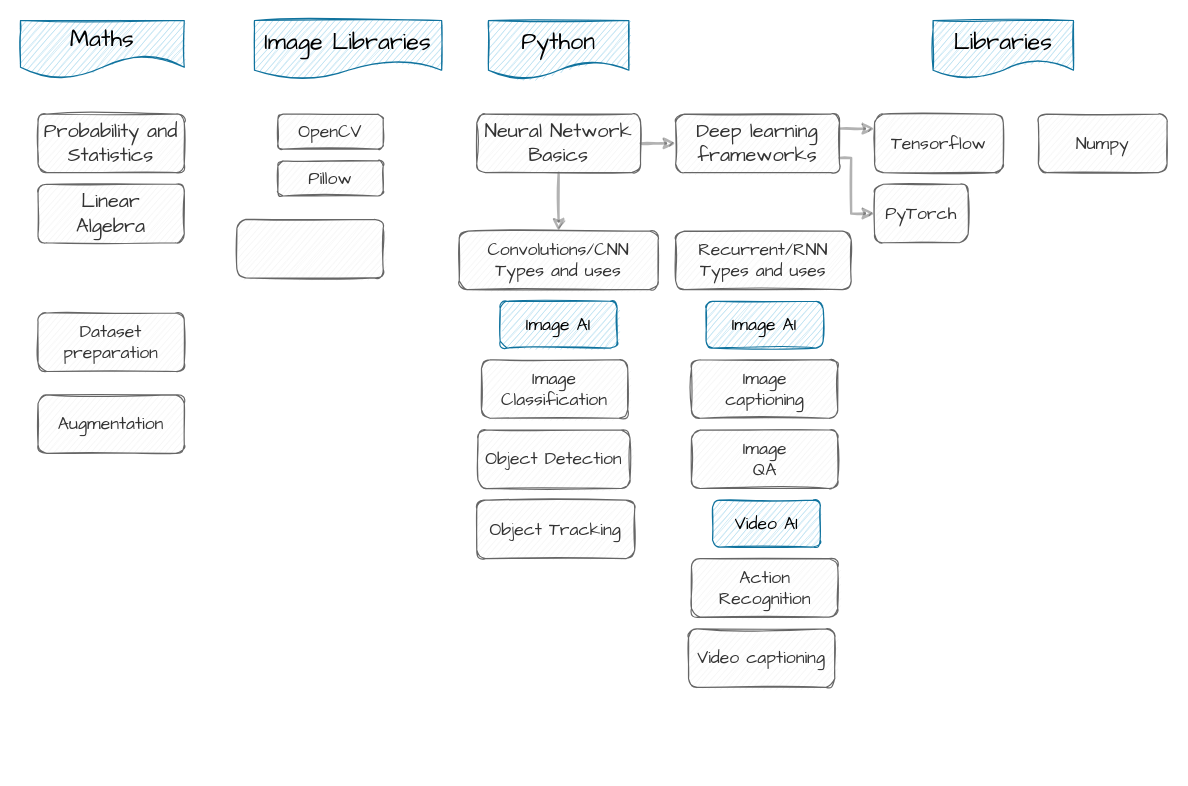
This is Learning Path/CV.drawio from revanthprolearner/TheRealmofAI, a draw.io file, before an edit. Source tidied: cells renumbered, new cells numbered last; positions are measured from the earlier drawing's top-left corner, leaving out a move shared by most shapes. Both pictures are drawn from the tidied source at 117%, with x=0, y=0 at pixel (20, 20).
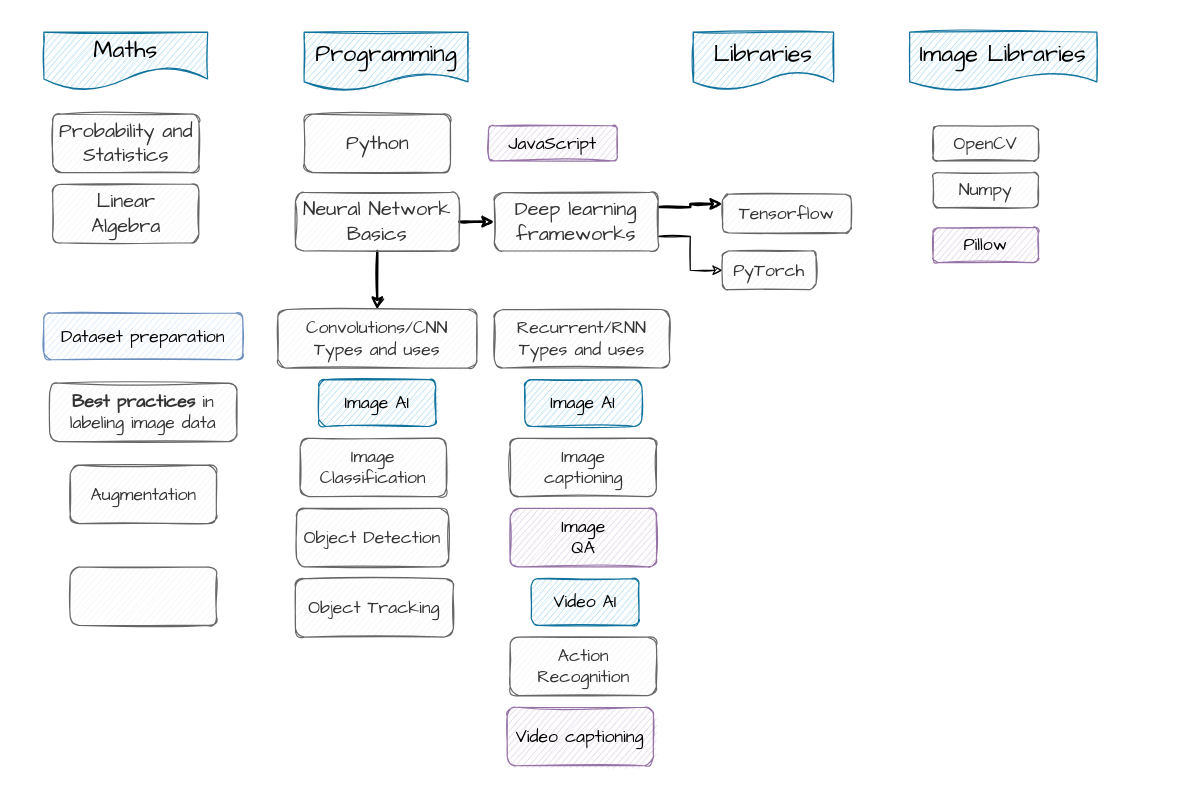
The same page after the edit.

Change to the diagram source:
```diff
@@
     <mxCell id="2" value="&lt;font style=&quot;font-size: 17px&quot;&gt;Probability and Statistics&lt;/font&gt;" style="rounded=1;whiteSpace=wrap;html=1;fillColor=#f5f5f5;strokeColor=#666666;gradientDirection=east;shadow=0;sketch=1;glass=0;fontFamily=Architects Daughter;FType=g;fontColor=#333333;" parent="1" vertex="1">
-      <mxGeometry x="15" y="80" width="125" height="50" as="geometry" />
+      <mxGeometry x="27.5" y="80" width="125" height="50" as="geometry" />
     </mxCell>
     <mxCell id="3" value="&lt;font face=&quot;Architects Daughter&quot; style=&quot;font-size: 20px;&quot;&gt;Maths&lt;/font&gt;" style="shape=document;whiteSpace=wrap;html=1;boundedLbl=1;rounded=1;shadow=0;glass=0;sketch=1;fontFamily=Helvetica;fontSize=20;fillColor=#b1ddf0;strokeColor=#10739e;size=0.4;" parent="1" vertex="1">
-      <mxGeometry width="140" height="50" as="geometry" />
+      <mxGeometry x="20" y="10" width="140" height="50" as="geometry" />
     </mxCell>
-    <mxCell id="4" value="&lt;font face=&quot;Architects Daughter&quot; style=&quot;font-size: 20px&quot;&gt;Python&lt;/font&gt;" style="shape=document;whiteSpace=wrap;html=1;boundedLbl=1;rounded=1;shadow=0;glass=0;sketch=1;fontFamily=Helvetica;fillColor=#b1ddf0;strokeColor=#10739e;fontSize=20;" parent="1" vertex="1">
-      <mxGeometry x="400" width="120" height="50" as="geometry" />
+    <mxCell id="4" value="&lt;font face=&quot;Architects Daughter&quot;&gt;Programming&lt;/font&gt;" style="shape=document;whiteSpace=wrap;html=1;boundedLbl=1;rounded=1;shadow=0;glass=0;sketch=1;fontFamily=Helvetica;fillColor=#b1ddf0;strokeColor=#10739e;fontSize=20;" parent="1" vertex="1">
+      <mxGeometry x="242.5" y="10" width="140" height="50" as="geometry" />
     </mxCell>
     <mxCell id="5" value="&lt;font style=&quot;font-size: 17px&quot;&gt;Linear &lt;br&gt;Algebra&lt;/font&gt;" style="rounded=1;whiteSpace=wrap;html=1;fillColor=#f5f5f5;strokeColor=#666666;gradientDirection=east;shadow=0;sketch=1;glass=0;fontFamily=Architects Daughter;FType=g;fontColor=#333333;" parent="1" vertex="1">
-      <mxGeometry x="15" y="140" width="125" height="50" as="geometry" />
+      <mxGeometry x="27.5" y="140" width="125" height="50" as="geometry" />
     </mxCell>
-    <mxCell id="6" style="edgeStyle=orthogonalEdgeStyle;rounded=0;jettySize=auto;html=1;exitX=1;exitY=0.5;exitDx=0;exitDy=0;entryX=0;entryY=0.5;entryDx=0;entryDy=0;fontFamily=Helvetica;fontSize=15;strokeWidth=2;opacity=30;sketch=1;" parent="1" edge="1" source="8" target="11">
+    <mxCell id="6" style="edgeStyle=orthogonalEdgeStyle;rounded=0;jettySize=auto;html=1;exitX=1;exitY=0.5;exitDx=0;exitDy=0;entryX=0;entryY=0.5;entryDx=0;entryDy=0;fontFamily=Helvetica;fontSize=15;strokeWidth=2;sketch=1;" parent="1" edge="1" source="8" target="11">
       <mxGeometry relative="1" as="geometry" />
     </mxCell>
-    <mxCell id="7" style="edgeStyle=orthogonalEdgeStyle;rounded=0;sketch=1;jettySize=auto;html=1;exitX=0.5;exitY=1;exitDx=0;exitDy=0;entryX=0.5;entryY=0;entryDx=0;entryDy=0;strokeWidth=2;fontFamily=Helvetica;fontSize=15;opacity=30;" parent="1" edge="1" source="8" target="20">
+    <mxCell id="7" style="edgeStyle=orthogonalEdgeStyle;rounded=0;sketch=1;jettySize=auto;html=1;exitX=0.5;exitY=1;exitDx=0;exitDy=0;entryX=0.5;entryY=0;entryDx=0;entryDy=0;strokeWidth=2;fontFamily=Helvetica;fontSize=15;" parent="1" edge="1" source="8" target="20">
       <mxGeometry relative="1" as="geometry" />
     </mxCell>
     <mxCell id="8" value="&lt;font style=&quot;font-size: 17px&quot;&gt;Neural Network Basics&lt;/font&gt;" style="rounded=1;whiteSpace=wrap;html=1;fillColor=#f5f5f5;strokeColor=#666666;gradientDirection=east;shadow=0;sketch=1;glass=0;fontFamily=Architects Daughter;FType=g;fontColor=#333333;" parent="1" vertex="1">
-      <mxGeometry x="390" y="80" width="140" height="50" as="geometry" />
+      <mxGeometry x="235" y="147" width="140" height="50" as="geometry" />
     </mxCell>
-    <mxCell id="9" style="edgeStyle=orthogonalEdgeStyle;rounded=0;sketch=1;jettySize=auto;html=1;exitX=1;exitY=0.25;exitDx=0;exitDy=0;entryX=0;entryY=0.25;entryDx=0;entryDy=0;strokeWidth=2;fontFamily=Helvetica;fontSize=15;opacity=30;" parent="1" edge="1" source="11" target="14">
+    <mxCell id="9" style="edgeStyle=orthogonalEdgeStyle;rounded=0;sketch=1;jettySize=auto;html=1;exitX=1;exitY=0.25;exitDx=0;exitDy=0;entryX=0;entryY=0.25;entryDx=0;entryDy=0;strokeWidth=2;fontFamily=Helvetica;fontSize=15;" parent="1" edge="1" source="11" target="14">
       <mxGeometry relative="1" as="geometry" />
     </mxCell>
-    <mxCell id="10" style="edgeStyle=orthogonalEdgeStyle;rounded=0;sketch=1;jettySize=auto;html=1;exitX=1;exitY=0.75;exitDx=0;exitDy=0;entryX=0;entryY=0.5;entryDx=0;entryDy=0;strokeWidth=2;fontFamily=Helvetica;fontSize=15;opacity=30;" parent="1" edge="1" source="11" target="13">
-      <mxGeometry relative="1" as="geometry">
-        <Array as="points">
-          <mxPoint x="710" y="118" />
-          <mxPoint x="710" y="165" />
-        </Array>
-      </mxGeometry>
+    <mxCell id="10" style="edgeStyle=orthogonalEdgeStyle;rounded=0;jettySize=auto;html=1;exitX=1;exitY=0.75;exitDx=0;exitDy=0;entryX=0;entryY=0.5;entryDx=0;entryDy=0;fontSize=17;sketch=1;" parent="1" edge="1" source="11" target="13">
+      <mxGeometry relative="1" as="geometry" />
     </mxCell>
     <mxCell id="11" value="&lt;span style=&quot;font-size: 17px&quot;&gt;Deep learning frameworks&lt;/span&gt;" style="rounded=1;whiteSpace=wrap;html=1;fillColor=#f5f5f5;strokeColor=#666666;gradientDirection=east;shadow=0;sketch=1;glass=0;fontFamily=Architects Daughter;FType=g;fontColor=#333333;" parent="1" vertex="1">
-      <mxGeometry x="560" y="80" width="140" height="50" as="geometry" />
+      <mxGeometry x="405" y="147" width="140" height="50" as="geometry" />
     </mxCell>
-    <mxCell id="12" style="rounded=1;whiteSpace=wrap;html=1;fillColor=#f5f5f5;strokeColor=#666666;gradientDirection=east;shadow=0;sketch=1;glass=0;fontFamily=Architects Daughter;FType=g;fontColor=#333333;fontSize=15;" parent="1" vertex="1">
-      <mxGeometry x="185" y="170" width="125" height="50" as="geometry" />
+    <mxCell id="12" style="rounded=1;whiteSpace=wrap;html=1;fillColor=#f5f5f5;strokeColor=#666666;gradientDirection=east;shadow=0;sketch=1;glass=0;fontFamily=Architects Daughter;FType=g;fontColor=#333333;fontSize=17;" parent="1" vertex="1">
+      <mxGeometry x="42.5" y="467" width="125" height="50" as="geometry" />
     </mxCell>
     <mxCell id="13" value="&lt;font style=&quot;font-size: 15px;&quot;&gt;PyTorch&lt;/font&gt;" style="rounded=1;whiteSpace=wrap;html=1;fillColor=#f5f5f5;strokeColor=#666666;gradientDirection=east;shadow=0;sketch=1;glass=0;fontFamily=Architects Daughter;FType=g;fontColor=#333333;fontSize=15;" parent="1" vertex="1">
-      <mxGeometry x="730" y="140" width="80" height="50" as="geometry" />
+      <mxGeometry x="600" y="197" width="80" height="33" as="geometry" />
     </mxCell>
     <mxCell id="14" value="&lt;font style=&quot;font-size: 15px;&quot;&gt;Tensorflow&lt;/font&gt;" style="rounded=1;whiteSpace=wrap;html=1;fillColor=#f5f5f5;strokeColor=#666666;gradientDirection=east;shadow=0;sketch=1;glass=0;fontFamily=Architects Daughter;FType=g;fontColor=#333333;fontSize=15;" parent="1" vertex="1">
-      <mxGeometry x="730" y="80" width="110" height="50" as="geometry" />
+      <mxGeometry x="600" y="148.5" width="110" height="33" as="geometry" />
     </mxCell>
     <mxCell id="15" value="&lt;font face=&quot;Architects Daughter&quot; style=&quot;font-size: 20px&quot;&gt;Libraries&lt;/font&gt;" style="shape=document;whiteSpace=wrap;html=1;boundedLbl=1;rounded=1;shadow=0;glass=0;sketch=1;fontFamily=Helvetica;fillColor=#b1ddf0;strokeColor=#10739e;fontSize=20;" parent="1" vertex="1">
-      <mxGeometry x="780" width="120" height="50" as="geometry" />
+      <mxGeometry x="575" y="10" width="120" height="50" as="geometry" />
     </mxCell>
     <mxCell id="16" value="Numpy" style="rounded=1;whiteSpace=wrap;html=1;fillColor=#f5f5f5;strokeColor=#666666;gradientDirection=east;shadow=0;sketch=1;glass=0;fontFamily=Architects Daughter;FType=g;fontColor=#333333;fontSize=15;" parent="1" vertex="1">
-      <mxGeometry x="870" y="80" width="110" height="50" as="geometry" />
+      <mxGeometry x="780" y="130" width="90" height="30" as="geometry" />
     </mxCell>
     <mxCell id="17" value="OpenCV" style="rounded=1;whiteSpace=wrap;html=1;fillColor=#f5f5f5;strokeColor=#666666;gradientDirection=east;shadow=0;sketch=1;glass=0;fontFamily=Architects Daughter;FType=g;fontColor=#333333;fontSize=15;" parent="1" vertex="1">
-      <mxGeometry x="220" y="80" width="90" height="30" as="geometry" />
+      <mxGeometry x="780" y="90" width="90" height="30" as="geometry" />
     </mxCell>
     <mxCell id="18" value="&lt;font face=&quot;Architects Daughter&quot; style=&quot;font-size: 20px&quot;&gt;Image Libraries&lt;/font&gt;" style="shape=document;whiteSpace=wrap;html=1;boundedLbl=1;rounded=1;shadow=0;glass=0;sketch=1;fontFamily=Helvetica;fillColor=#b1ddf0;strokeColor=#10739e;fontSize=20;" parent="1" vertex="1">
-      <mxGeometry x="200" width="160" height="50" as="geometry" />
+      <mxGeometry x="760" y="10" width="160" height="50" as="geometry" />
     </mxCell>
-    <mxCell id="19" value="Pillow" style="rounded=1;whiteSpace=wrap;html=1;fillColor=#f5f5f5;strokeColor=#666666;gradientDirection=east;shadow=0;sketch=1;glass=0;fontFamily=Architects Daughter;FType=g;fontColor=#333333;fontSize=15;fontStyle=0;" parent="1" vertex="1">
-      <mxGeometry x="220" y="120" width="90" height="30" as="geometry" />
+    <mxCell id="19" value="Pillow" style="rounded=1;whiteSpace=wrap;html=1;fillColor=#e1d5e7;strokeColor=#9673a6;gradientDirection=east;shadow=0;sketch=1;glass=0;fontFamily=Architects Daughter;FType=g;fontSize=15;fontStyle=0;" parent="1" vertex="1">
+      <mxGeometry x="780" y="177" width="90" height="30" as="geometry" />
     </mxCell>
     <mxCell id="20" value="Convolutions/CNN&lt;br&gt;Types and uses" style="rounded=1;whiteSpace=wrap;html=1;fillColor=#f5f5f5;strokeColor=#666666;gradientDirection=east;shadow=0;sketch=1;glass=0;fontFamily=Architects Daughter;FType=g;fontColor=#333333;fontSize=15;" parent="1" vertex="1">
-      <mxGeometry x="375" y="180" width="170" height="50" as="geometry" />
+      <mxGeometry x="220" y="247" width="170" height="50" as="geometry" />
     </mxCell>
     <mxCell id="21" value="Image Classification" style="rounded=1;whiteSpace=wrap;html=1;fillColor=#f5f5f5;strokeColor=#666666;gradientDirection=east;shadow=0;sketch=1;glass=0;fontFamily=Architects Daughter;FType=g;fontColor=#333333;fontSize=15;" parent="1" vertex="1">
-      <mxGeometry x="394" y="290" width="125" height="50" as="geometry" />
+      <mxGeometry x="239" y="357" width="125" height="50" as="geometry" />
     </mxCell>
     <mxCell id="22" value="Object Detection" style="rounded=1;whiteSpace=wrap;html=1;fillColor=#f5f5f5;strokeColor=#666666;gradientDirection=east;shadow=0;sketch=1;glass=0;fontFamily=Architects Daughter;FType=g;fontColor=#333333;fontSize=15;" parent="1" vertex="1">
-      <mxGeometry x="391" y="350" width="130" height="50" as="geometry" />
+      <mxGeometry x="236" y="417" width="130" height="50" as="geometry" />
     </mxCell>
     <mxCell id="23" value="Object Tracking" style="rounded=1;whiteSpace=wrap;html=1;fillColor=#f5f5f5;strokeColor=#666666;gradientDirection=east;shadow=0;sketch=1;glass=0;fontFamily=Architects Daughter;FType=g;fontColor=#333333;fontSize=15;" parent="1" vertex="1">
-      <mxGeometry x="390" y="410" width="135" height="50" as="geometry" />
+      <mxGeometry x="235" y="477" width="135" height="50" as="geometry" />
     </mxCell>
     <mxCell id="24" value="Video AI" style="rounded=1;whiteSpace=wrap;html=1;fillColor=#b1ddf0;strokeColor=#10739e;gradientDirection=east;shadow=0;sketch=1;glass=0;fontFamily=Architects Daughter;FType=g;fontSize=15;" parent="1" vertex="1">
-      <mxGeometry x="591.5" y="410" width="92" height="40" as="geometry" />
+      <mxGeometry x="436.5" y="477" width="92" height="40" as="geometry" />
     </mxCell>
     <mxCell id="25" value="Image&lt;br&gt;captioning" style="rounded=1;whiteSpace=wrap;html=1;fillColor=#f5f5f5;strokeColor=#666666;gradientDirection=east;shadow=0;sketch=1;glass=0;fontFamily=Architects Daughter;FType=g;fontColor=#333333;fontSize=15;" parent="1" vertex="1">
-      <mxGeometry x="573.5" y="290" width="125" height="50" as="geometry" />
+      <mxGeometry x="418.5" y="357" width="125" height="50" as="geometry" />
     </mxCell>
     <mxCell id="26" value="Recurrent/RNN&lt;br&gt;Types and uses" style="rounded=1;whiteSpace=wrap;html=1;fillColor=#f5f5f5;strokeColor=#666666;gradientDirection=east;shadow=0;sketch=1;glass=0;fontFamily=Architects Daughter;FType=g;fontColor=#333333;fontSize=15;" parent="1" vertex="1">
-      <mxGeometry x="560" y="180" width="150" height="50" as="geometry" />
+      <mxGeometry x="405" y="247" width="150" height="50" as="geometry" />
     </mxCell>
-    <mxCell id="27" value="Image&lt;br&gt;QA" style="rounded=1;whiteSpace=wrap;html=1;fillColor=#f5f5f5;strokeColor=#666666;gradientDirection=east;shadow=0;sketch=1;glass=0;fontFamily=Architects Daughter;FType=g;fontColor=#333333;fontSize=15;" parent="1" vertex="1">
-      <mxGeometry x="573.5" y="350" width="125" height="50" as="geometry" />
+    <mxCell id="27" value="Image&lt;br&gt;QA" style="rounded=1;whiteSpace=wrap;html=1;fillColor=#e1d5e7;strokeColor=#9673a6;gradientDirection=east;shadow=0;sketch=1;glass=0;fontFamily=Architects Daughter;FType=g;fontSize=15;" parent="1" vertex="1">
+      <mxGeometry x="418.5" y="417" width="125" height="50" as="geometry" />
     </mxCell>
-    <mxCell id="28" value="Dataset preparation" style="rounded=1;whiteSpace=wrap;html=1;fillColor=#f5f5f5;strokeColor=#666666;gradientDirection=east;shadow=0;sketch=1;glass=0;fontFamily=Architects Daughter;FType=g;fontColor=#333333;fontSize=15;" parent="1" vertex="1">
-      <mxGeometry x="15" y="250" width="125" height="50" as="geometry" />
+    <mxCell id="28" value="Dataset preparation" style="rounded=1;whiteSpace=wrap;html=1;fillColor=#dae8fc;strokeColor=#6c8ebf;gradientDirection=east;shadow=0;sketch=1;glass=0;fontFamily=Architects Daughter;FType=g;fontSize=15;" parent="1" vertex="1">
+      <mxGeometry x="20" y="250" width="170" height="40" as="geometry" />
     </mxCell>
     <mxCell id="29" value="Augmentation" style="rounded=1;whiteSpace=wrap;html=1;fillColor=#f5f5f5;strokeColor=#666666;gradientDirection=east;shadow=0;sketch=1;glass=0;fontFamily=Architects Daughter;FType=g;fontColor=#333333;fontSize=15;" parent="1" vertex="1">
-      <mxGeometry x="15" y="320" width="125" height="50" as="geometry" />
+      <mxGeometry x="42.5" y="380" width="125" height="50" as="geometry" />
     </mxCell>
     <mxCell id="30" value="Image AI" style="rounded=1;whiteSpace=wrap;html=1;fillColor=#b1ddf0;strokeColor=#10739e;gradientDirection=east;shadow=0;sketch=1;glass=0;fontFamily=Architects Daughter;FType=g;fontSize=15;" parent="1" vertex="1">
-      <mxGeometry x="410" y="240" width="100" height="40" as="geometry" />
+      <mxGeometry x="255" y="307" width="100" height="40" as="geometry" />
     </mxCell>
-    <mxCell id="31" value="Video captioning" style="rounded=1;whiteSpace=wrap;html=1;fillColor=#f5f5f5;strokeColor=#666666;gradientDirection=east;shadow=0;sketch=1;glass=0;fontFamily=Architects Daughter;FType=g;fontColor=#333333;fontSize=15;" parent="1" vertex="1">
-      <mxGeometry x="571" y="520" width="125" height="50" as="geometry" />
+    <mxCell id="31" value="Video captioning" style="rounded=1;whiteSpace=wrap;html=1;fillColor=#e1d5e7;strokeColor=#9673a6;gradientDirection=east;shadow=0;sketch=1;glass=0;fontFamily=Architects Daughter;FType=g;fontSize=15;" parent="1" vertex="1">
+      <mxGeometry x="416" y="587" width="125" height="50" as="geometry" />
     </mxCell>
     <mxCell id="32" value="Action Recognition" style="rounded=1;whiteSpace=wrap;html=1;fillColor=#f5f5f5;strokeColor=#666666;gradientDirection=east;shadow=0;sketch=1;glass=0;fontFamily=Architects Daughter;FType=g;fontColor=#333333;fontSize=15;" parent="1" vertex="1">
-      <mxGeometry x="573.5" y="460" width="125" height="50" as="geometry" />
+      <mxGeometry x="418.5" y="527" width="125" height="50" as="geometry" />
     </mxCell>
     <mxCell id="33" value="Image AI" style="rounded=1;whiteSpace=wrap;html=1;fillColor=#b1ddf0;strokeColor=#10739e;gradientDirection=east;shadow=0;sketch=1;glass=0;fontFamily=Architects Daughter;FType=g;fontSize=15;" parent="1" vertex="1">
-      <mxGeometry x="586" y="240" width="100" height="40" as="geometry" />
+      <mxGeometry x="431" y="307" width="100" height="40" as="geometry" />
     </mxCell>
+    <mxCell id="34" value="&lt;font style=&quot;font-size: 17px&quot;&gt;Python&lt;/font&gt;" style="rounded=1;whiteSpace=wrap;html=1;fillColor=#f5f5f5;strokeColor=#666666;gradientDirection=east;shadow=0;sketch=1;glass=0;fontFamily=Architects Daughter;FType=g;fontColor=#333333;fontSize=15;" parent="1" vertex="1">
+      <mxGeometry x="242.5" y="80" width="125" height="50" as="geometry" />
+    </mxCell>
+    <mxCell id="35" value="JavaScript" style="rounded=1;whiteSpace=wrap;html=1;fillColor=#e1d5e7;strokeColor=#9673a6;gradientDirection=east;shadow=0;sketch=1;glass=0;fontFamily=Architects Daughter;FType=g;fontSize=15;" parent="1" vertex="1">
+      <mxGeometry x="400" y="90" width="110" height="30" as="geometry" />
+    </mxCell>
+    <mxCell id="36" value="&lt;b&gt;Best practices&lt;/b&gt; in labeling image data" style="rounded=1;whiteSpace=wrap;html=1;fillColor=#f5f5f5;strokeColor=#666666;gradientDirection=east;shadow=0;sketch=1;glass=0;fontFamily=Architects Daughter;FType=g;fontColor=#333333;fontSize=15;fontStyle=0;" parent="1" vertex="1">
+      <mxGeometry x="25" y="310" width="160" height="50" as="geometry" />
+    </mxCell>
```
